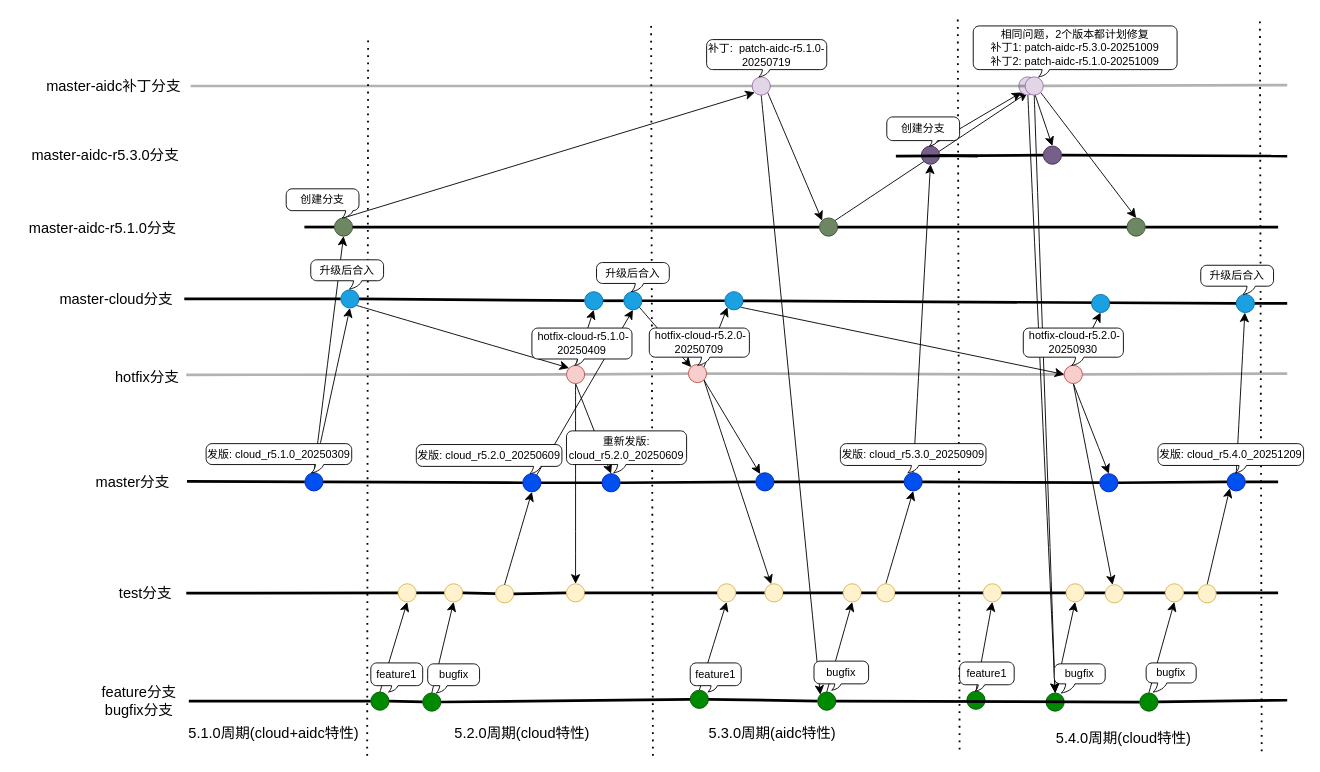
paochiang/draw keeps this draw.io diagram as page "Page-4" (4 of 5) of 规范/公有云和智算中心分支流程.drawio. Above is the earlier version. Source tidied: cells renumbered, new cells numbered last; positions are measured from the earlier drawing's top-left corner, leaving out a move shared by most shapes. Both pictures are drawn from the tidied source at 91%, with x=0, y=0 at pixel (15, 16).
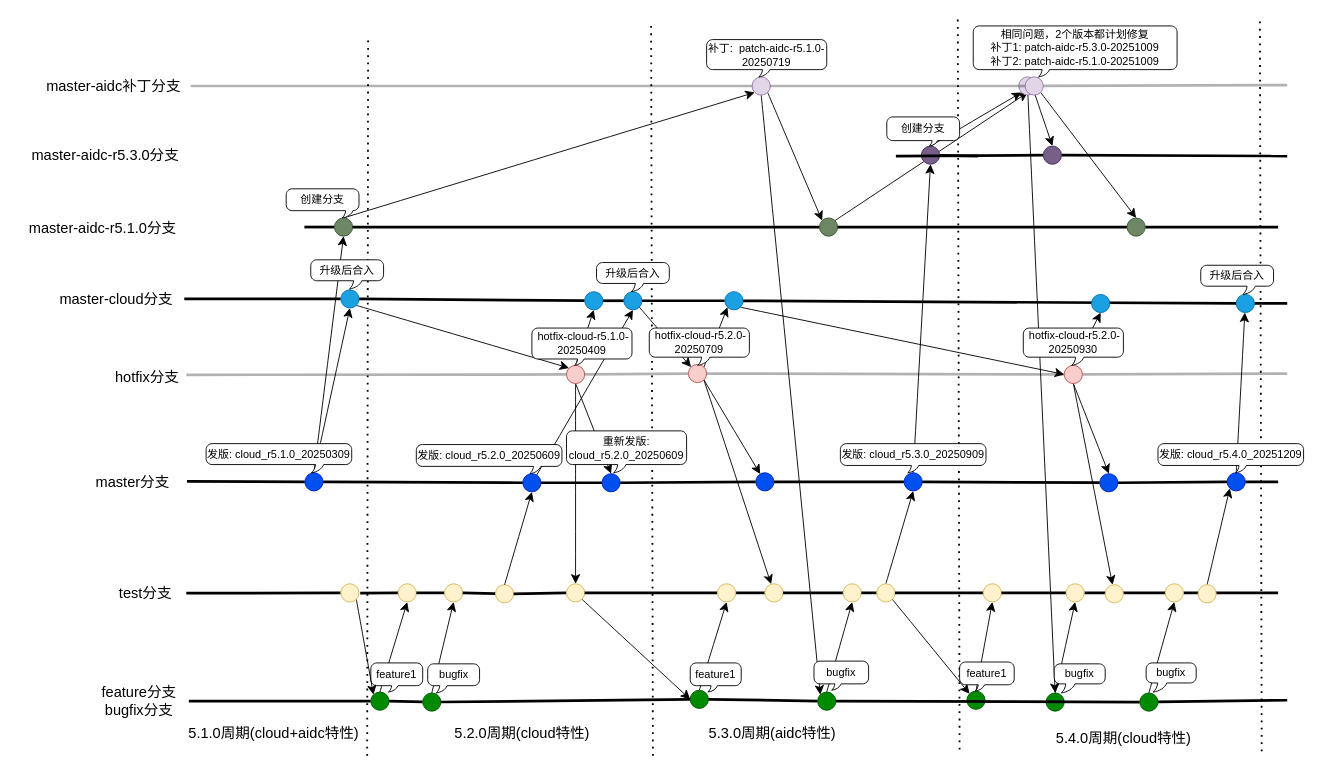
The same page after the edit.

Commit message:
Update 公有云和智算中心分支流程.drawio

Unchanged cells that the change refers to:
```xml
<mxCell id="4" value="test分支" style="text;html=1;align=center;verticalAlign=middle;points=[];strokeColor=none;fillColor=none;fontSize=16;" parent="1" vertex="1">
  <mxGeometry x="102" y="618" width="80" height="30" as="geometry" />
</mxCell>
<mxCell id="12" style="ellipse;whiteSpace=wrap;html=1;fillColor=#008a00;strokeColor=#005700;fontColor=#ffffff;" parent="1" vertex="1">
  <mxGeometry x="390" y="742" width="20" height="20" as="geometry" />
</mxCell>
<mxCell id="19" style="ellipse;whiteSpace=wrap;html=1;fillColor=#fff2cc;strokeColor=#d6b656;" parent="1" vertex="1">
  <mxGeometry x="420" y="623" width="20" height="20" as="geometry" />
</mxCell>
<mxCell id="29" style="ellipse;whiteSpace=wrap;html=1;fillColor=#fff2cc;strokeColor=#d6b656;" parent="1" vertex="1">
  <mxGeometry x="605" y="623" width="20" height="20" as="geometry" />
</mxCell>
<mxCell id="72" style="ellipse;whiteSpace=wrap;html=1;fillColor=#008a00;strokeColor=#005700;fontColor=#ffffff;" parent="1" vertex="1">
  <mxGeometry x="741" y="740" width="20" height="20" as="geometry" />
</mxCell>
<mxCell id="86" style="ellipse;whiteSpace=wrap;html=1;fillColor=#fff2cc;strokeColor=#d6b656;" parent="1" vertex="1">
  <mxGeometry x="946" y="623" width="20" height="20" as="geometry" />
</mxCell>
<mxCell id="107" style="ellipse;whiteSpace=wrap;html=1;fillColor=#e1d5e7;strokeColor=#9673a6;" parent="1" vertex="1">
  <mxGeometry x="1102" y="66" width="20" height="20" as="geometry" />
</mxCell>
<mxCell id="113" style="ellipse;whiteSpace=wrap;html=1;fillColor=#e1d5e7;strokeColor=#9673a6;" parent="1" vertex="1">
  <mxGeometry x="1109" y="66" width="20" height="20" as="geometry" />
</mxCell>
<mxCell id="117" style="ellipse;whiteSpace=wrap;html=1;fillColor=#008a00;strokeColor=#005700;fontColor=#ffffff;" parent="1" vertex="1">
  <mxGeometry x="1045" y="741" width="20" height="20" as="geometry" />
</mxCell>
<mxCell id="119" style="ellipse;whiteSpace=wrap;html=1;fillColor=#008a00;strokeColor=#005700;fontColor=#ffffff;" parent="1" vertex="1">
  <mxGeometry x="1132" y="743" width="20" height="20" as="geometry" />
</mxCell>
```

What changed in the source:
```diff
@@
-    <mxCell id="18" style="endArrow=none;html=1;rounded=0;fontSize=12;startSize=8;endSize=8;curved=1;strokeWidth=3;exitX=1.065;exitY=0.513;exitDx=0;exitDy=0;exitPerimeter=0;" parent="1" edge="1" source="4" target="19">
+    <mxCell id="18" style="endArrow=none;html=1;rounded=0;fontSize=12;startSize=8;endSize=8;curved=1;strokeWidth=3;exitX=1.065;exitY=0.513;exitDx=0;exitDy=0;exitPerimeter=0;" parent="1" edge="1" source="171" target="19">
       <mxGeometry relative="1" as="geometry" />
     </mxCell>
@@
+    <mxCell id="167" style="edgeStyle=none;curved=1;rounded=0;jettySize=auto;html=1;exitX=1;exitY=1;exitDx=0;exitDy=0;entryX=0;entryY=0.5;entryDx=0;entryDy=0;fontSize=12;startSize=8;endSize=8;" parent="1" edge="1" source="29" target="72">
+      <mxGeometry relative="1" as="geometry" />
+    </mxCell>
@@
+    <mxCell id="168" style="edgeStyle=none;curved=1;rounded=0;jettySize=auto;html=1;exitX=1;exitY=1;exitDx=0;exitDy=0;entryX=0;entryY=0;entryDx=0;entryDy=0;fontSize=12;startSize=8;endSize=8;" parent="1" edge="1" source="86" target="117">
+      <mxGeometry relative="1" as="geometry" />
+    </mxCell>
@@
-    <mxCell id="106" style="edgeStyle=none;curved=1;rounded=0;jettySize=auto;html=1;exitX=0.5;exitY=1;exitDx=0;exitDy=0;entryX=0.5;entryY=0;entryDx=0;entryDy=0;fontSize=12;startSize=8;endSize=8;" parent="1" edge="1" source="107" target="119">
+    <mxCell id="106" style="edgeStyle=none;curved=1;rounded=0;jettySize=auto;html=1;exitX=0;exitY=1;exitDx=0;exitDy=0;entryX=0.5;entryY=0;entryDx=0;entryDy=0;fontSize=12;startSize=8;endSize=8;" parent="1" edge="1" source="113" target="119">
       <mxGeometry relative="1" as="geometry" />
     </mxCell>
@@
-    <mxCell id="112" style="edgeStyle=none;curved=1;rounded=0;jettySize=auto;html=1;exitX=0.5;exitY=1;exitDx=0;exitDy=0;entryX=0.5;entryY=0;entryDx=0;entryDy=0;fontSize=12;startSize=8;endSize=8;" parent="1" edge="1" source="113" target="119">
-      <mxGeometry relative="1" as="geometry" />
-    </mxCell>
@@
+    <mxCell id="169" style="endArrow=none;html=1;rounded=0;fontSize=12;startSize=8;endSize=8;curved=1;strokeWidth=3;exitX=1.065;exitY=0.513;exitDx=0;exitDy=0;exitPerimeter=0;" parent="1" edge="1" source="4" target="171">
+      <mxGeometry relative="1" as="geometry" />
+    </mxCell>
+    <mxCell id="170" style="edgeStyle=none;curved=1;rounded=0;jettySize=auto;html=1;exitX=1;exitY=1;exitDx=0;exitDy=0;entryX=0;entryY=0;entryDx=0;entryDy=0;fontSize=12;startSize=8;endSize=8;" parent="1" edge="1" source="171" target="12">
+      <mxGeometry relative="1" as="geometry" />
+    </mxCell>
+    <mxCell id="171" style="ellipse;whiteSpace=wrap;html=1;fillColor=#fff2cc;strokeColor=#d6b656;" parent="1" vertex="1">
+      <mxGeometry x="357" y="623" width="20" height="20" as="geometry" />
+    </mxCell>
```
